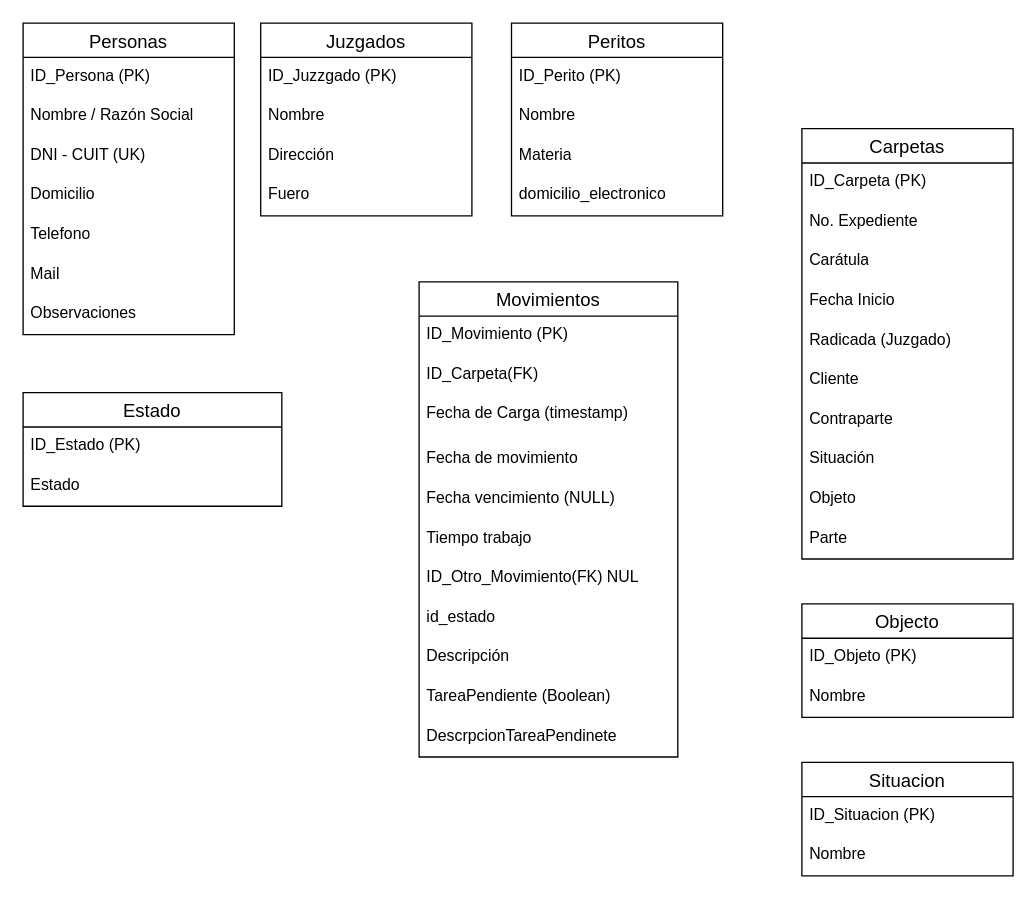
gcrysuk/Proyecto_abogados keeps this draw.io diagram as Diagrama de casos de uso abogados.drawio. Above is the earlier version. Source tidied: cells renumbered, new cells numbered last; positions are measured from the earlier drawing's top-left corner, leaving out a move shared by most shapes. Both pictures are drawn from the tidied source at 132%, with x=0, y=0 at pixel (22, 22).
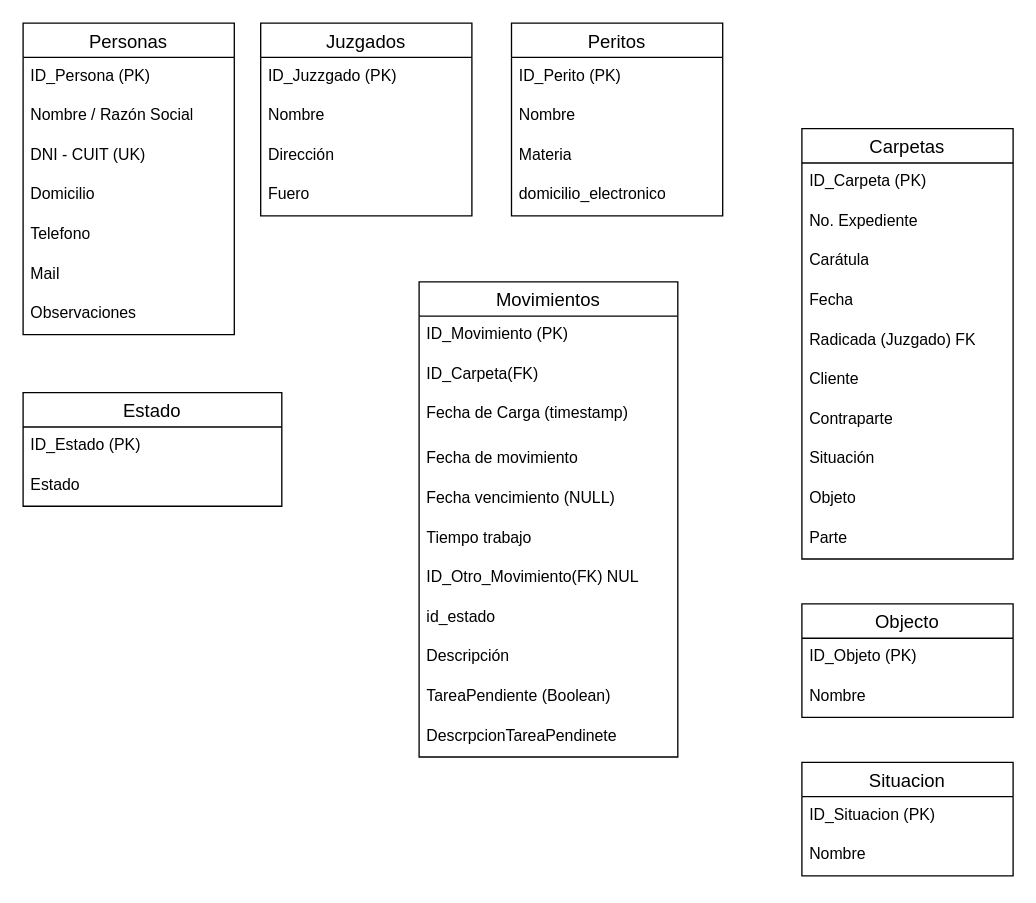
After the change.

Unchanged cells that the change refers to:
```xml
<mxCell id="20" value="Carpetas" style="swimlane;fontStyle=0;horizontal=1;startSize=26;align=center;fontSize=14;" parent="1" vertex="1">
  <mxGeometry x="590" y="80" width="160" height="326" as="geometry" />
</mxCell>
```

Diff of the diagram source:
```diff
@@
-    <mxCell id="24" value="Fecha Inicio" style="text;strokeColor=none;fillColor=none;spacingLeft=4;spacingRight=4;overflow=hidden;fontSize=12;whiteSpace=wrap;html=1;" parent="20" vertex="1">
+    <mxCell id="24" value="Fecha&lt;div&gt;&lt;br&gt;&lt;/div&gt;" style="text;strokeColor=none;fillColor=none;spacingLeft=4;spacingRight=4;overflow=hidden;fontSize=12;whiteSpace=wrap;html=1;" parent="20" vertex="1">
       <mxGeometry y="116" width="160" height="30" as="geometry" />
     </mxCell>
-    <mxCell id="25" value="Radicada (Juzgado)&lt;div&gt;&lt;br&gt;&lt;/div&gt;" style="text;strokeColor=none;fillColor=none;spacingLeft=4;spacingRight=4;overflow=hidden;fontSize=12;whiteSpace=wrap;html=1;" parent="20" vertex="1">
+    <mxCell id="25" value="Radicada (Juzgado) FK" style="text;strokeColor=none;fillColor=none;spacingLeft=4;spacingRight=4;overflow=hidden;fontSize=12;whiteSpace=wrap;html=1;" parent="20" vertex="1">
       <mxGeometry y="146" width="160" height="30" as="geometry" />
     </mxCell>
```
